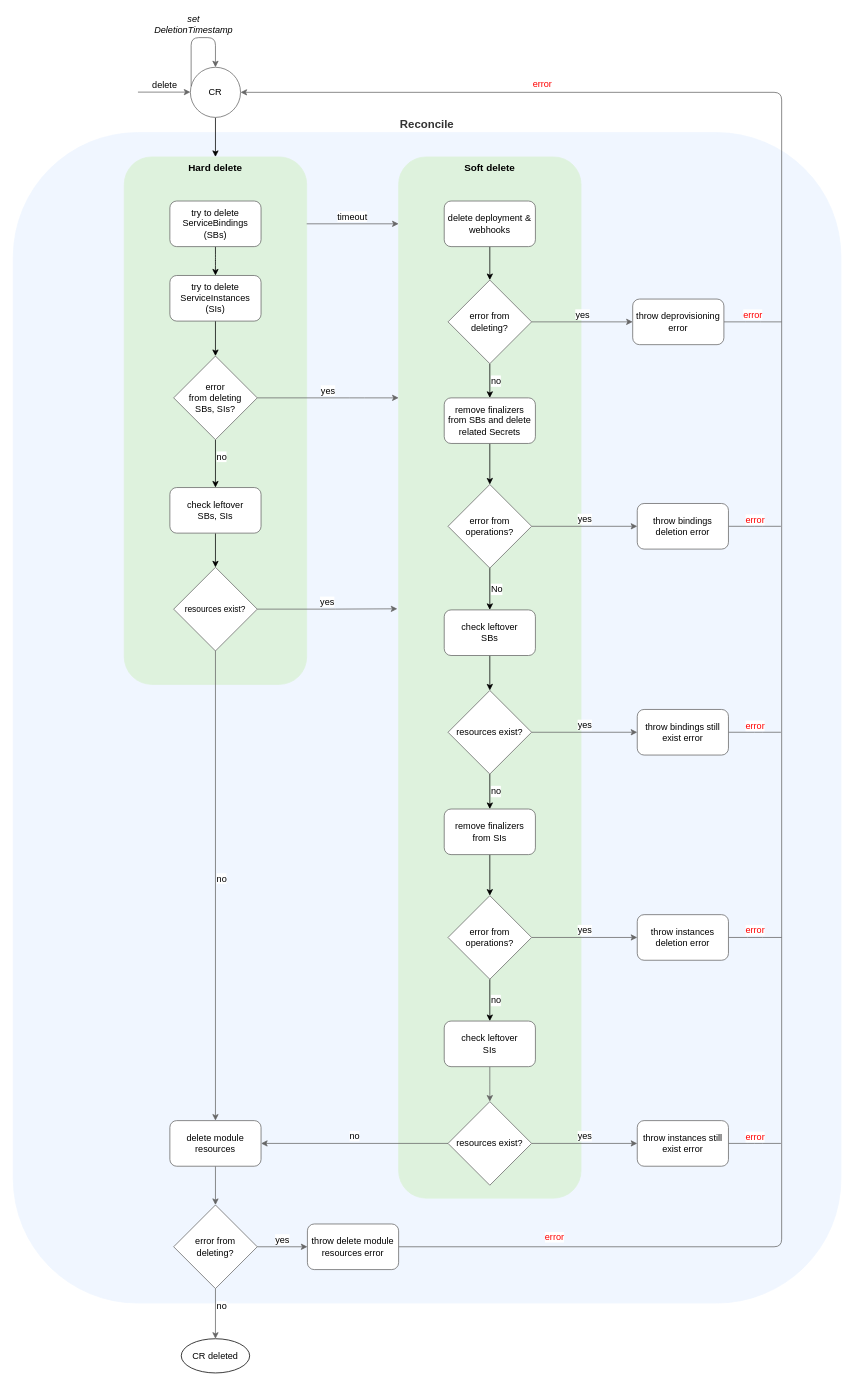
Above: docs/assets/activity_deprovisioning.drawio in kyma-project/btp-manager (draw.io), before the change. Source tidied: cells renumbered, new cells numbered last; positions are measured from the earlier drawing's top-left corner, leaving out a move shared by most shapes. Both pictures are drawn from the tidied source at 76%, with x=0, y=0 at pixel (13, 37).
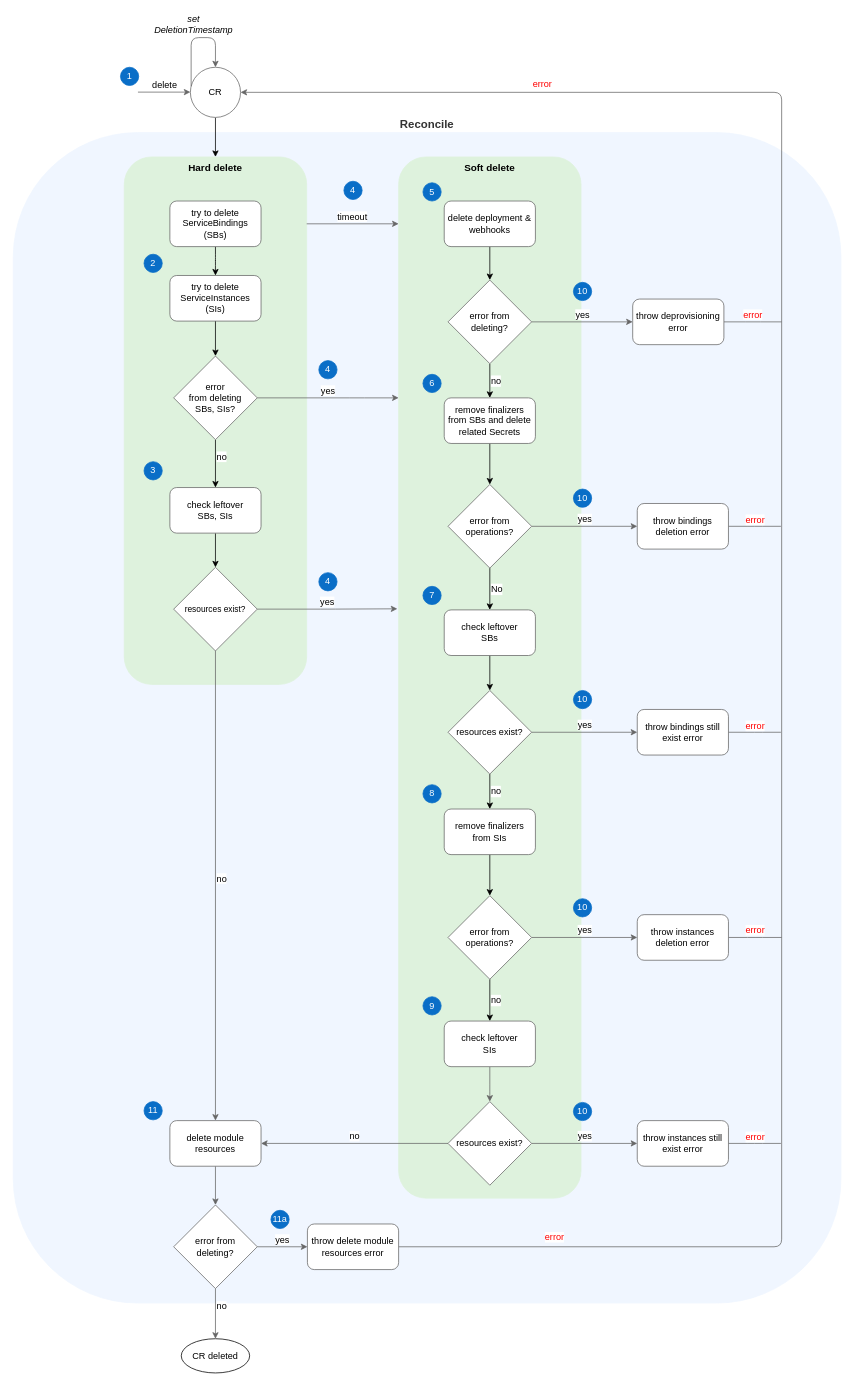
After the change.

Diff of the diagram source:
```diff
@@
+    <mxCell id="68" value="&lt;font color=&quot;#ffffff&quot;&gt;1&lt;/font&gt;" style="ellipse;whiteSpace=wrap;html=1;fillColor=#0a6ec7;strokeColor=#0a6ec7;" parent="1" vertex="1">
+      <mxGeometry x="141" y="39" width="24" height="24" as="geometry" />
+    </mxCell>
+    <mxCell id="69" value="&lt;font color=&quot;#ffffff&quot;&gt;2&lt;/font&gt;" style="ellipse;whiteSpace=wrap;html=1;fillColor=#0a6ec7;strokeColor=#0a6ec7;" parent="1" vertex="1">
+      <mxGeometry x="172" y="285" width="24" height="24" as="geometry" />
+    </mxCell>
+    <mxCell id="70" value="&lt;font color=&quot;#ffffff&quot;&gt;3&lt;/font&gt;" style="ellipse;whiteSpace=wrap;html=1;fillColor=#0a6ec7;strokeColor=#0a6ec7;" parent="1" vertex="1">
+      <mxGeometry x="172" y="558" width="24" height="24" as="geometry" />
+    </mxCell>
+    <mxCell id="71" value="&lt;font color=&quot;#ffffff&quot;&gt;4&lt;/font&gt;" style="ellipse;whiteSpace=wrap;html=1;fillColor=#0a6ec7;strokeColor=#0a6ec7;" parent="1" vertex="1">
+      <mxGeometry x="435" y="189" width="24" height="24" as="geometry" />
+    </mxCell>
+    <mxCell id="72" value="&lt;font color=&quot;#ffffff&quot;&gt;4&lt;/font&gt;" style="ellipse;whiteSpace=wrap;html=1;fillColor=#0a6ec7;strokeColor=#0a6ec7;" parent="1" vertex="1">
+      <mxGeometry x="402" y="425" width="24" height="24" as="geometry" />
+    </mxCell>
+    <mxCell id="73" value="&lt;font color=&quot;#ffffff&quot;&gt;10&lt;/font&gt;" style="ellipse;whiteSpace=wrap;html=1;fillColor=#0a6ec7;strokeColor=#0a6ec7;" parent="1" vertex="1">
+      <mxGeometry x="737" y="322" width="24" height="24" as="geometry" />
+    </mxCell>
+    <mxCell id="74" value="&lt;font color=&quot;#ffffff&quot;&gt;5&lt;/font&gt;" style="ellipse;whiteSpace=wrap;html=1;fillColor=#0a6ec7;strokeColor=#0a6ec7;" parent="1" vertex="1">
+      <mxGeometry x="539" y="191" width="24" height="24" as="geometry" />
+    </mxCell>
+    <mxCell id="75" value="&lt;font color=&quot;#ffffff&quot;&gt;11&lt;/font&gt;" style="ellipse;whiteSpace=wrap;html=1;fillColor=#0a6ec7;strokeColor=#0a6ec7;" parent="1" vertex="1">
+      <mxGeometry x="172" y="1400" width="24" height="24" as="geometry" />
+    </mxCell>
+    <mxCell id="76" value="&lt;font color=&quot;#ffffff&quot;&gt;6&lt;/font&gt;" style="ellipse;whiteSpace=wrap;html=1;fillColor=#0a6ec7;strokeColor=#0a6ec7;" parent="1" vertex="1">
+      <mxGeometry x="539" y="443" width="24" height="24" as="geometry" />
+    </mxCell>
+    <mxCell id="77" value="&lt;font color=&quot;#ffffff&quot;&gt;4&lt;/font&gt;" style="ellipse;whiteSpace=wrap;html=1;fillColor=#0a6ec7;strokeColor=#0a6ec7;" parent="1" vertex="1">
+      <mxGeometry x="402" y="704" width="24" height="24" as="geometry" />
+    </mxCell>
+    <mxCell id="78" value="&lt;font color=&quot;#ffffff&quot;&gt;7&lt;/font&gt;" style="ellipse;whiteSpace=wrap;html=1;fillColor=#0a6ec7;strokeColor=#0a6ec7;" parent="1" vertex="1">
+      <mxGeometry x="539" y="722" width="24" height="24" as="geometry" />
+    </mxCell>
+    <mxCell id="79" value="&lt;font color=&quot;#ffffff&quot;&gt;8&lt;/font&gt;" style="ellipse;whiteSpace=wrap;html=1;fillColor=#0a6ec7;strokeColor=#0a6ec7;" parent="1" vertex="1">
+      <mxGeometry x="539" y="983" width="24" height="24" as="geometry" />
+    </mxCell>
+    <mxCell id="80" value="&lt;font color=&quot;#ffffff&quot;&gt;9&lt;/font&gt;" style="ellipse;whiteSpace=wrap;html=1;fillColor=#0a6ec7;strokeColor=#0a6ec7;" parent="1" vertex="1">
+      <mxGeometry x="539" y="1262" width="24" height="24" as="geometry" />
+    </mxCell>
+    <mxCell id="81" value="&lt;font color=&quot;#ffffff&quot;&gt;10&lt;/font&gt;" style="ellipse;whiteSpace=wrap;html=1;fillColor=#0a6ec7;strokeColor=#0a6ec7;" parent="1" vertex="1">
+      <mxGeometry x="737" y="594" width="24" height="24" as="geometry" />
+    </mxCell>
+    <mxCell id="82" value="&lt;font color=&quot;#ffffff&quot;&gt;10&lt;/font&gt;" style="ellipse;whiteSpace=wrap;html=1;fillColor=#0a6ec7;strokeColor=#0a6ec7;" parent="1" vertex="1">
+      <mxGeometry x="737" y="859" width="24" height="24" as="geometry" />
+    </mxCell>
+    <mxCell id="83" value="&lt;font color=&quot;#ffffff&quot;&gt;10&lt;/font&gt;" style="ellipse;whiteSpace=wrap;html=1;fillColor=#0a6ec7;strokeColor=#0a6ec7;" parent="1" vertex="1">
+      <mxGeometry x="737" y="1133" width="24" height="24" as="geometry" />
+    </mxCell>
+    <mxCell id="84" value="&lt;font color=&quot;#ffffff&quot;&gt;10&lt;/font&gt;" style="ellipse;whiteSpace=wrap;html=1;fillColor=#0a6ec7;strokeColor=#0a6ec7;" parent="1" vertex="1">
+      <mxGeometry x="737" y="1401" width="24" height="24" as="geometry" />
+    </mxCell>
+    <mxCell id="85" value="&lt;font color=&quot;#ffffff&quot;&gt;11a&lt;/font&gt;" style="ellipse;whiteSpace=wrap;html=1;fillColor=#0a6ec7;strokeColor=#0a6ec7;" parent="1" vertex="1">
+      <mxGeometry x="339" y="1543" width="24" height="24" as="geometry" />
+    </mxCell>
```
